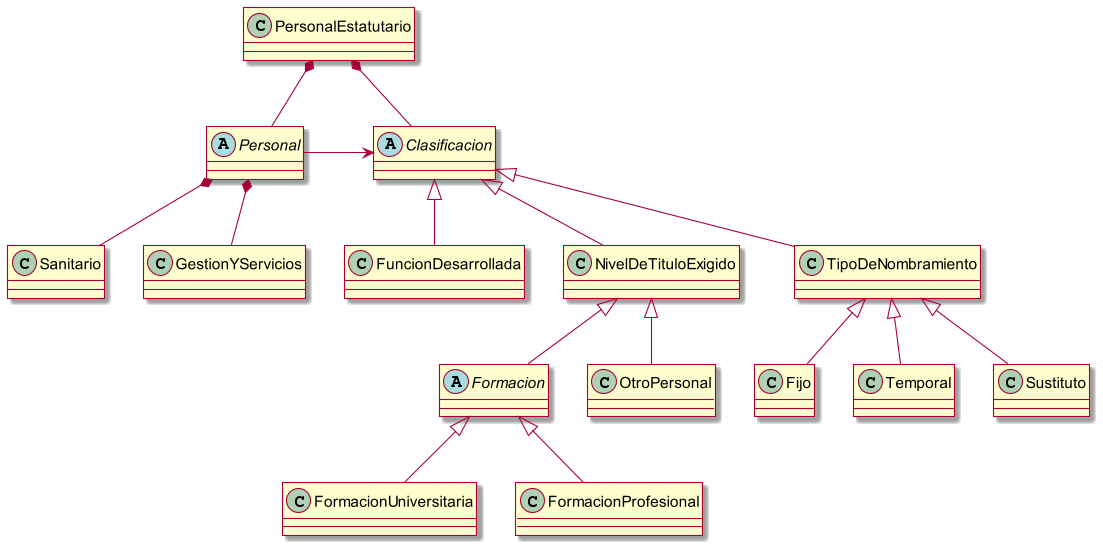
Before: PersonalEstatutario/PersonalEstatutarioDomainModel_V1.png, a diagram exported from PlantUML (ferbarret/Modelado).
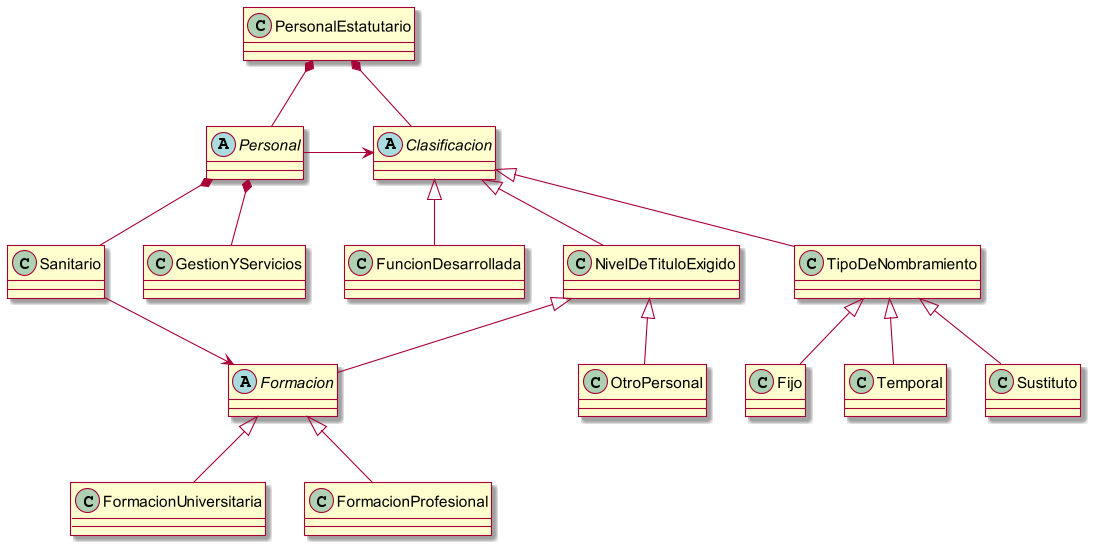
The same file after the commit.

What changed in the source:
```diff
@@ -28,6 +28,7 @@
 Tipo <|-down- Fijo
 Tipo <|-down- Temporal
 Tipo <|-down- Sustituto
+Sanitario -down-> Formacion
 
 Formacion <|-down- FormacionUniversitaria
 Formacion <|-down- FormacionProfesional
```
